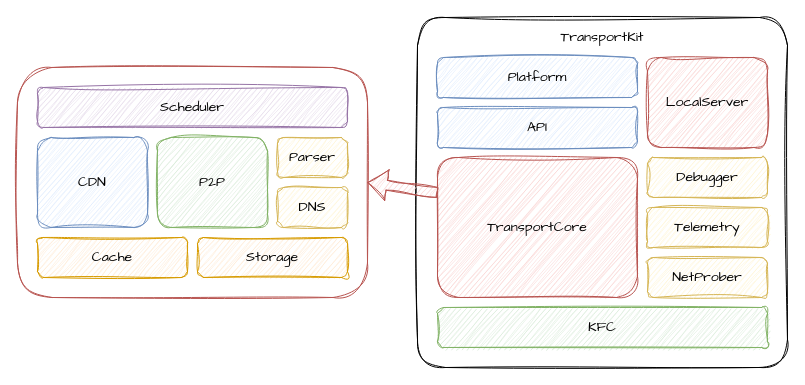
Above: Documents/TransportKit.drawio in mivinci/TransportKit (draw.io), before the change. Source tidied: cells renumbered, new cells numbered last; positions are measured from the earlier drawing's top-left corner, leaving out a move shared by most shapes. Both pictures are drawn from the tidied source at 100%, with x=0, y=0 at pixel (17, 17).
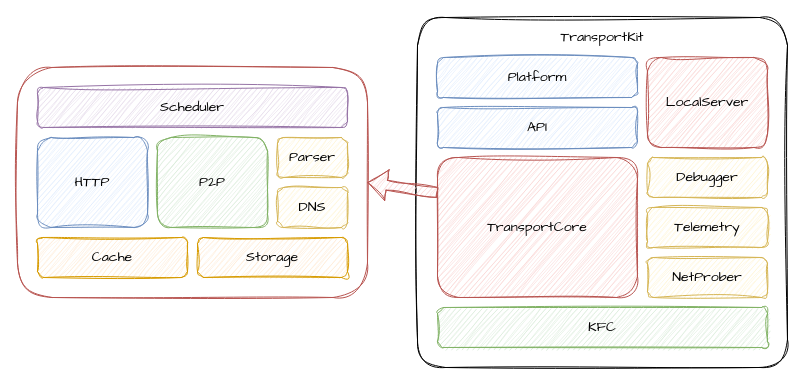
After the change.

Change to the diagram source:
```diff
@@
-    <mxCell id="19" value="CDN" style="rounded=1;whiteSpace=wrap;html=1;fillColor=#dae8fc;strokeColor=#6c8ebf;fontSize=14;fontFamily=Comic Sans MS;sketch=1;curveFitting=1;jiggle=2;" parent="1" vertex="1">
+    <mxCell id="19" value="HTTP" style="rounded=1;whiteSpace=wrap;html=1;fillColor=#dae8fc;strokeColor=#6c8ebf;fontSize=14;fontFamily=Comic Sans MS;sketch=1;curveFitting=1;jiggle=2;" parent="1" vertex="1">
       <mxGeometry x="20" y="120" width="110" height="90" as="geometry" />
     </mxCell>
```
